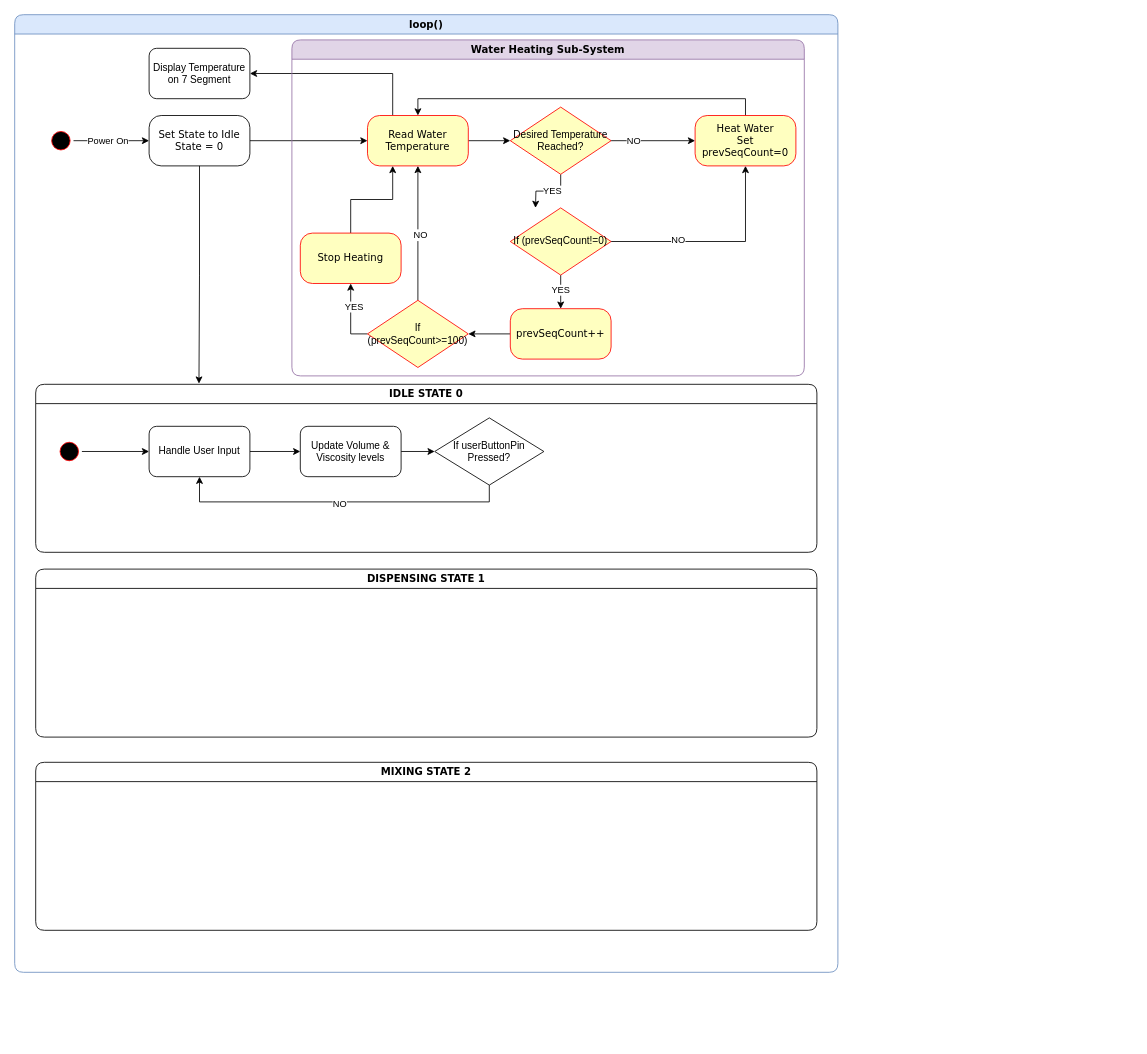
necroboi/RISK-AND-DECISION-HDB keeps this draw.io diagram as state.drawio. Above is the earlier version. Source tidied: cells renumbered, new cells numbered last; positions are measured from the earlier drawing's top-left corner, leaving out a move shared by most shapes. Both pictures are drawn from the tidied source at 84%, with x=0, y=0 at pixel (14, 14).
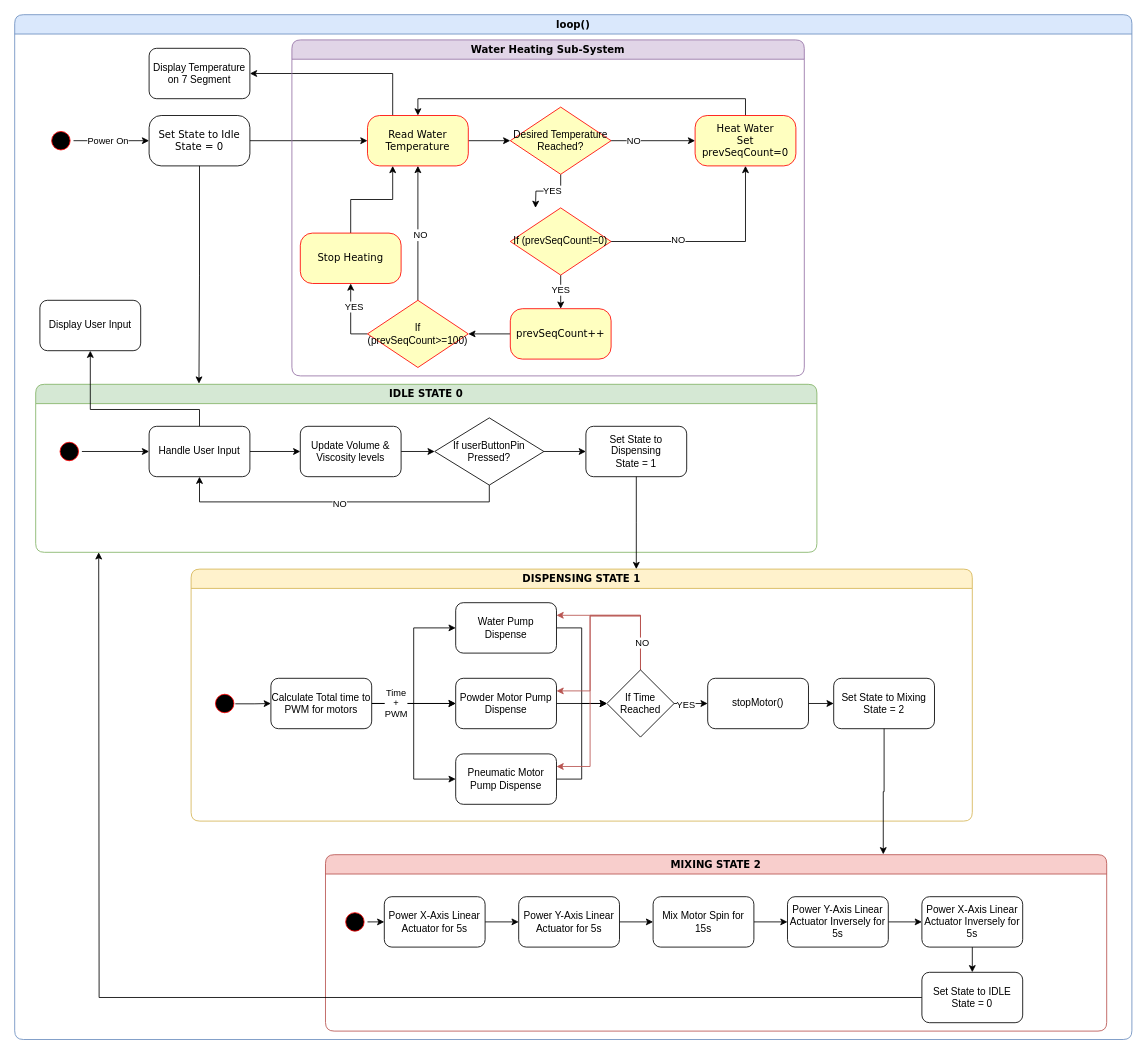
The same diagram, later.

Unchanged cells that the change refers to:
```xml
<mxCell id="40" value="Handle User Input" style="rounded=1;whiteSpace=wrap;html=1;" parent="36" vertex="1">
  <mxGeometry x="160" y="490" width="120" height="60" as="geometry" />
</mxCell>
<mxCell id="47" value="If userButtonPin Pressed?" style="rhombus;whiteSpace=wrap;html=1;" parent="36" vertex="1">
  <mxGeometry x="500" y="480" width="130" height="80" as="geometry" />
</mxCell>
```

Change to the diagram source:
```diff
@@
-    <mxCell id="14" value="IDLE STATE 0" style="swimlane;whiteSpace=wrap;html=1;rounded=1;shadow=0;comic=0;labelBackgroundColor=none;strokeWidth=1;fontFamily=Verdana;fontSize=12;align=center;" parent="1" vertex="1">
+    <mxCell id="14" value="IDLE STATE 0" style="swimlane;whiteSpace=wrap;html=1;rounded=1;shadow=0;comic=0;labelBackgroundColor=none;strokeWidth=1;fontFamily=Verdana;fontSize=12;align=center;fillColor=#d5e8d4;strokeColor=#82b366;" parent="1" vertex="1">
       <mxGeometry x="25" y="440" width="930" height="200" as="geometry" />
     </mxCell>
-    <mxCell id="15" value="DISPENSING STATE 1" style="swimlane;whiteSpace=wrap;html=1;rounded=1;shadow=0;comic=0;labelBackgroundColor=none;strokeWidth=1;fontFamily=Verdana;fontSize=12;align=center;" parent="1" vertex="1">
-      <mxGeometry x="25" y="660" width="930" height="200" as="geometry" />
-    </mxCell>
-    <mxCell id="16" value="MIXING STATE 2" style="swimlane;whiteSpace=wrap;html=1;rounded=1;shadow=0;comic=0;labelBackgroundColor=none;strokeWidth=1;fontFamily=Verdana;fontSize=12;align=center;startSize=23;" parent="1" vertex="1">
-      <mxGeometry x="25" y="890" width="930" height="200" as="geometry" />
-    </mxCell>
@@
     <mxCell id="36" value="loop()" style="swimlane;whiteSpace=wrap;html=1;rounded=1;shadow=0;comic=0;labelBackgroundColor=none;strokeWidth=1;fontFamily=Verdana;fontSize=12;align=center;fillColor=#dae8fc;strokeColor=#6c8ebf;" parent="1" vertex="1">
-      <mxGeometry width="980" height="1140" as="geometry" />
+      <mxGeometry width="1330" height="1220" as="geometry" />
     </mxCell>
@@
+    <mxCell id="48" style="edgeStyle=orthogonalEdgeStyle;rounded=0;jettySize=auto;html=1;exitX=0.5;exitY=0;exitDx=0;exitDy=0;entryX=0.5;entryY=1;entryDx=0;entryDy=0;" parent="36" edge="1" source="40" target="90">
+      <mxGeometry relative="1" as="geometry">
+        <Array as="points">
+          <mxPoint x="220" y="470" />
+          <mxPoint x="90" y="470" />
+        </Array>
+      </mxGeometry>
+    </mxCell>
@@
+    <mxCell id="49" style="edgeStyle=orthogonalEdgeStyle;rounded=0;jettySize=auto;html=1;exitX=1;exitY=0.5;exitDx=0;exitDy=0;entryX=0;entryY=0.5;entryDx=0;entryDy=0;" parent="36" edge="1" source="47" target="50">
+      <mxGeometry relative="1" as="geometry" />
+    </mxCell>
@@
+    <mxCell id="50" value="Set State to Dispensing&lt;br&gt;State = 1" style="rounded=1;whiteSpace=wrap;html=1;" parent="36" vertex="1">
+      <mxGeometry x="680" y="490" width="120" height="60" as="geometry" />
+    </mxCell>
+    <mxCell id="15" value="DISPENSING STATE 1" style="swimlane;whiteSpace=wrap;html=1;rounded=1;shadow=0;comic=0;labelBackgroundColor=none;strokeWidth=1;fontFamily=Verdana;fontSize=12;align=center;fillColor=#fff2cc;strokeColor=#d6b656;" parent="36" vertex="1">
+      <mxGeometry x="210" y="660" width="930" height="300" as="geometry" />
+    </mxCell>
+    <mxCell id="51" style="edgeStyle=orthogonalEdgeStyle;rounded=0;jettySize=auto;html=1;exitX=0.513;exitY=0.079;exitDx=0;exitDy=0;entryX=0;entryY=0.5;entryDx=0;entryDy=0;exitPerimeter=0;" parent="36" edge="1" source="52" target="58">
+      <mxGeometry relative="1" as="geometry" />
+    </mxCell>
+    <mxCell id="52" style="ellipse;html=1;shape=startState;fillColor=#000000;strokeColor=#ff0000;rounded=1;shadow=0;comic=0;labelBackgroundColor=none;fontFamily=Verdana;fontSize=12;fontColor=#000000;align=center;direction=south;" parent="36" vertex="1">
+      <mxGeometry x="235" y="805" width="30" height="30" as="geometry" />
+    </mxCell>
+    <mxCell id="53" style="edgeStyle=orthogonalEdgeStyle;rounded=0;jettySize=auto;html=1;exitX=1;exitY=0.5;exitDx=0;exitDy=0;entryX=0;entryY=0.5;entryDx=0;entryDy=0;" parent="36" edge="1" source="58" target="62">
+      <mxGeometry relative="1" as="geometry" />
+    </mxCell>
+    <mxCell id="54" style="edgeStyle=orthogonalEdgeStyle;rounded=0;jettySize=auto;html=1;exitX=1;exitY=0.5;exitDx=0;exitDy=0;entryX=0;entryY=0.5;entryDx=0;entryDy=0;" parent="36" edge="1" source="58" target="60">
+      <mxGeometry relative="1" as="geometry" />
+    </mxCell>
+    <mxCell id="55" style="edgeStyle=orthogonalEdgeStyle;rounded=0;jettySize=auto;html=1;exitX=1;exitY=0.5;exitDx=0;exitDy=0;entryX=0;entryY=0.5;entryDx=0;entryDy=0;" parent="36" edge="1" source="58" target="78">
+      <mxGeometry relative="1" as="geometry" />
+    </mxCell>
+    <mxCell id="56" style="edgeStyle=orthogonalEdgeStyle;rounded=0;jettySize=auto;html=1;" parent="36" edge="1" source="58" target="62">
+      <mxGeometry relative="1" as="geometry" />
+    </mxCell>
+    <mxCell id="57" value="Time&lt;br&gt;+&lt;br&gt;PWM" style="edgeLabel;html=1;align=center;verticalAlign=middle;" parent="56" vertex="1">
+      <mxGeometry x="-0.45" y="1" relative="1" as="geometry" />
+    </mxCell>
+    <mxCell id="58" value="Calculate Total time to PWM for motors" style="rounded=1;whiteSpace=wrap;html=1;" parent="36" vertex="1">
+      <mxGeometry x="305" y="790" width="120" height="60" as="geometry" />
+    </mxCell>
+    <mxCell id="59" style="edgeStyle=orthogonalEdgeStyle;rounded=0;jettySize=auto;html=1;exitX=1;exitY=0.5;exitDx=0;exitDy=0;entryX=0;entryY=0.5;entryDx=0;entryDy=0;" parent="36" edge="1" source="60" target="85">
+      <mxGeometry relative="1" as="geometry" />
+    </mxCell>
+    <mxCell id="60" value="Water Pump Dispense" style="rounded=1;whiteSpace=wrap;html=1;" parent="36" vertex="1">
+      <mxGeometry x="525" y="700" width="120" height="60" as="geometry" />
+    </mxCell>
+    <mxCell id="61" style="edgeStyle=orthogonalEdgeStyle;rounded=0;jettySize=auto;html=1;exitX=1;exitY=0.5;exitDx=0;exitDy=0;entryX=0;entryY=0.5;entryDx=0;entryDy=0;" parent="36" edge="1" source="62" target="85">
+      <mxGeometry relative="1" as="geometry" />
+    </mxCell>
+    <mxCell id="62" value="Powder Motor Pump&lt;br&gt;Dispense" style="rounded=1;whiteSpace=wrap;html=1;" parent="36" vertex="1">
+      <mxGeometry x="525" y="790" width="120" height="60" as="geometry" />
+    </mxCell>
+    <mxCell id="16" value="MIXING STATE 2" style="swimlane;whiteSpace=wrap;html=1;rounded=1;shadow=0;comic=0;labelBackgroundColor=none;strokeWidth=1;fontFamily=Verdana;fontSize=12;align=center;startSize=23;fillColor=#f8cecc;strokeColor=#b85450;" parent="36" vertex="1">
+      <mxGeometry x="370" y="1000" width="930" height="210" as="geometry" />
+    </mxCell>
+    <mxCell id="63" style="edgeStyle=orthogonalEdgeStyle;rounded=0;jettySize=auto;html=1;exitX=0.5;exitY=0;exitDx=0;exitDy=0;entryX=0;entryY=0.5;entryDx=0;entryDy=0;" parent="16" edge="1" source="64" target="66">
+      <mxGeometry relative="1" as="geometry" />
+    </mxCell>
+    <mxCell id="64" style="ellipse;html=1;shape=startState;fillColor=#000000;strokeColor=#ff0000;rounded=1;shadow=0;comic=0;labelBackgroundColor=none;fontFamily=Verdana;fontSize=12;fontColor=#000000;align=center;direction=south;" parent="16" vertex="1">
+      <mxGeometry x="20" y="65" width="30" height="30" as="geometry" />
+    </mxCell>
+    <mxCell id="65" style="edgeStyle=orthogonalEdgeStyle;rounded=0;jettySize=auto;html=1;exitX=1;exitY=0.5;exitDx=0;exitDy=0;" parent="16" edge="1" source="66" target="68">
+      <mxGeometry relative="1" as="geometry" />
+    </mxCell>
+    <mxCell id="66" value="Power X-Axis Linear Actuator for 5s" style="rounded=1;whiteSpace=wrap;html=1;" parent="16" vertex="1">
+      <mxGeometry x="70" y="50" width="120" height="60" as="geometry" />
+    </mxCell>
+    <mxCell id="67" style="edgeStyle=orthogonalEdgeStyle;rounded=0;jettySize=auto;html=1;exitX=1;exitY=0.5;exitDx=0;exitDy=0;" parent="16" edge="1" source="68" target="70">
+      <mxGeometry relative="1" as="geometry" />
+    </mxCell>
+    <mxCell id="68" value="Power Y-Axis Linear Actuator for 5s" style="rounded=1;whiteSpace=wrap;html=1;" parent="16" vertex="1">
+      <mxGeometry x="230" y="50" width="120" height="60" as="geometry" />
+    </mxCell>
+    <mxCell id="69" style="edgeStyle=orthogonalEdgeStyle;rounded=0;jettySize=auto;html=1;exitX=1;exitY=0.5;exitDx=0;exitDy=0;entryX=0;entryY=0.5;entryDx=0;entryDy=0;" parent="16" edge="1" source="70" target="72">
+      <mxGeometry relative="1" as="geometry" />
+    </mxCell>
+    <mxCell id="70" value="Mix Motor Spin for 15s" style="rounded=1;whiteSpace=wrap;html=1;" parent="16" vertex="1">
+      <mxGeometry x="390" y="50" width="120" height="60" as="geometry" />
+    </mxCell>
+    <mxCell id="71" style="edgeStyle=orthogonalEdgeStyle;rounded=0;jettySize=auto;html=1;exitX=1;exitY=0.5;exitDx=0;exitDy=0;entryX=0;entryY=0.5;entryDx=0;entryDy=0;" parent="16" edge="1" source="72" target="74">
+      <mxGeometry relative="1" as="geometry" />
+    </mxCell>
+    <mxCell id="72" value="Power Y-Axis Linear Actuator Inversely for 5s" style="rounded=1;whiteSpace=wrap;html=1;" parent="16" vertex="1">
+      <mxGeometry x="550" y="50" width="120" height="60" as="geometry" />
+    </mxCell>
+    <mxCell id="73" style="edgeStyle=orthogonalEdgeStyle;rounded=0;jettySize=auto;html=1;exitX=0.5;exitY=1;exitDx=0;exitDy=0;entryX=0.5;entryY=0;entryDx=0;entryDy=0;" parent="16" edge="1" source="74" target="76">
+      <mxGeometry relative="1" as="geometry" />
+    </mxCell>
+    <mxCell id="74" value="Power X-Axis Linear Actuator Inversely for 5s" style="rounded=1;whiteSpace=wrap;html=1;" parent="16" vertex="1">
+      <mxGeometry x="710" y="50" width="120" height="60" as="geometry" />
+    </mxCell>
+    <mxCell id="75" style="edgeStyle=orthogonalEdgeStyle;rounded=0;jettySize=auto;html=1;exitX=0;exitY=0.5;exitDx=0;exitDy=0;" parent="16" edge="1" source="76">
+      <mxGeometry relative="1" as="geometry">
+        <mxPoint x="-270" y="-360" as="targetPoint" />
+      </mxGeometry>
+    </mxCell>
+    <mxCell id="76" value="Set State to IDLE&lt;br&gt;State = 0" style="rounded=1;whiteSpace=wrap;html=1;" parent="16" vertex="1">
+      <mxGeometry x="710" y="140" width="120" height="60" as="geometry" />
+    </mxCell>
+    <mxCell id="77" style="edgeStyle=orthogonalEdgeStyle;rounded=0;jettySize=auto;html=1;exitX=1;exitY=0.5;exitDx=0;exitDy=0;entryX=0;entryY=0.5;entryDx=0;entryDy=0;" parent="36" edge="1" source="78" target="85">
+      <mxGeometry relative="1" as="geometry" />
+    </mxCell>
+    <mxCell id="78" value="Pneumatic Motor Pump Dispense" style="rounded=1;whiteSpace=wrap;html=1;" parent="36" vertex="1">
+      <mxGeometry x="525" y="880" width="120" height="60" as="geometry" />
+    </mxCell>
+    <mxCell id="79" style="edgeStyle=orthogonalEdgeStyle;rounded=0;jettySize=auto;html=1;exitX=1;exitY=0.5;exitDx=0;exitDy=0;" parent="36" edge="1" source="85" target="87">
+      <mxGeometry relative="1" as="geometry" />
+    </mxCell>
+    <mxCell id="80" value="YES" style="edgeLabel;html=1;align=center;verticalAlign=middle;" parent="79" vertex="1">
+      <mxGeometry x="-0.33" y="-1" relative="1" as="geometry" />
+    </mxCell>
+    <mxCell id="81" style="edgeStyle=orthogonalEdgeStyle;rounded=0;jettySize=auto;html=1;exitX=0.5;exitY=0;exitDx=0;exitDy=0;entryX=1;entryY=0.25;entryDx=0;entryDy=0;fillColor=#f8cecc;strokeColor=#b85450;" parent="36" edge="1" source="85" target="60">
+      <mxGeometry relative="1" as="geometry">
+        <Array as="points">
+          <mxPoint x="745" y="715" />
+        </Array>
+      </mxGeometry>
+    </mxCell>
+    <mxCell id="82" style="edgeStyle=orthogonalEdgeStyle;rounded=0;jettySize=auto;html=1;exitX=0.5;exitY=0;exitDx=0;exitDy=0;entryX=1;entryY=0.25;entryDx=0;entryDy=0;fillColor=#f8cecc;strokeColor=#b85450;" parent="36" edge="1" source="85" target="62">
+      <mxGeometry relative="1" as="geometry">
+        <Array as="points">
+          <mxPoint x="745" y="715" />
+          <mxPoint x="685" y="715" />
+          <mxPoint x="685" y="805" />
+        </Array>
+      </mxGeometry>
+    </mxCell>
+    <mxCell id="83" style="edgeStyle=orthogonalEdgeStyle;rounded=0;jettySize=auto;html=1;exitX=0.5;exitY=0;exitDx=0;exitDy=0;entryX=1;entryY=0.25;entryDx=0;entryDy=0;fillColor=#f8cecc;strokeColor=#b85450;" parent="36" edge="1" source="85" target="78">
+      <mxGeometry relative="1" as="geometry">
+        <Array as="points">
+          <mxPoint x="745" y="716" />
+          <mxPoint x="685" y="716" />
+          <mxPoint x="685" y="895" />
+        </Array>
+      </mxGeometry>
+    </mxCell>
+    <mxCell id="84" value="NO" style="edgeLabel;html=1;align=center;verticalAlign=middle;" parent="83" vertex="1">
+      <mxGeometry x="-0.81" y="-1" relative="1" as="geometry" />
+    </mxCell>
+    <mxCell id="85" value="If Time Reached" style="rhombus;whiteSpace=wrap;html=1;" parent="36" vertex="1">
+      <mxGeometry x="705" y="780" width="80" height="80" as="geometry" />
+    </mxCell>
+    <mxCell id="86" style="edgeStyle=orthogonalEdgeStyle;rounded=0;jettySize=auto;html=1;exitX=1;exitY=0.5;exitDx=0;exitDy=0;entryX=0;entryY=0.5;entryDx=0;entryDy=0;" parent="36" edge="1" source="87" target="88">
+      <mxGeometry relative="1" as="geometry" />
+    </mxCell>
+    <mxCell id="87" value="stopMotor()" style="rounded=1;whiteSpace=wrap;html=1;" parent="36" vertex="1">
+      <mxGeometry x="825" y="790" width="120" height="60" as="geometry" />
+    </mxCell>
+    <mxCell id="88" value="Set State to Mixing&lt;br&gt;State = 2" style="rounded=1;whiteSpace=wrap;html=1;" parent="36" vertex="1">
+      <mxGeometry x="975" y="790" width="120" height="60" as="geometry" />
+    </mxCell>
+    <mxCell id="89" style="edgeStyle=orthogonalEdgeStyle;rounded=0;jettySize=auto;html=1;exitX=0.5;exitY=1;exitDx=0;exitDy=0;entryX=0.714;entryY=-0.002;entryDx=0;entryDy=0;entryPerimeter=0;" parent="36" edge="1" source="88" target="16">
+      <mxGeometry relative="1" as="geometry" />
+    </mxCell>
+    <mxCell id="90" value="Display User Input" style="rounded=1;whiteSpace=wrap;html=1;" parent="36" vertex="1">
+      <mxGeometry x="30" y="340" width="120" height="60" as="geometry" />
+    </mxCell>
+    <mxCell id="91" style="edgeStyle=orthogonalEdgeStyle;rounded=0;jettySize=auto;html=1;exitX=0.5;exitY=1;exitDx=0;exitDy=0;" parent="1" edge="1" source="50">
+      <mxGeometry relative="1" as="geometry">
+        <mxPoint x="740" y="660" as="targetPoint" />
+      </mxGeometry>
+    </mxCell>
```
